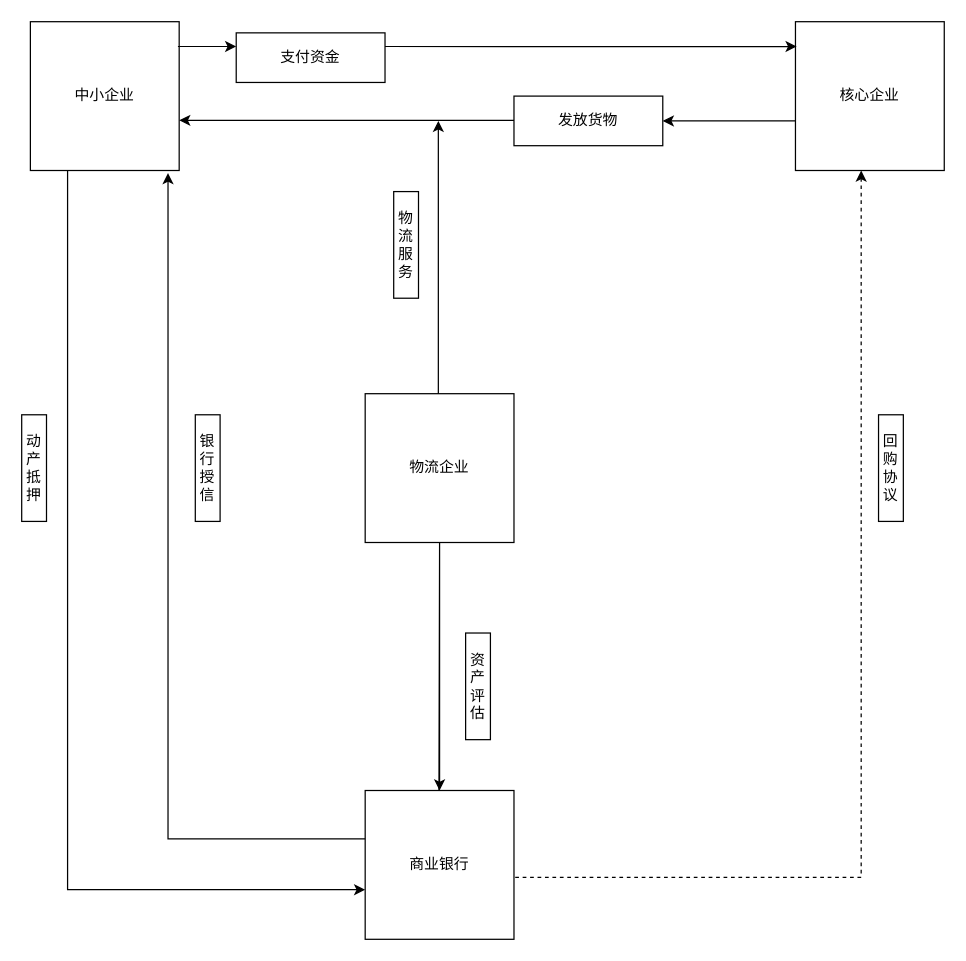
Before: 融通仓业务模式.drawio.xml in github1599145301/mr.hu, a draw.io diagram. Source tidied: cells renumbered, new cells numbered last; positions are measured from the earlier drawing's top-left corner, leaving out a move shared by most shapes. Both pictures are drawn from the tidied source at 124%, with x=0, y=0 at pixel (-20, 21).
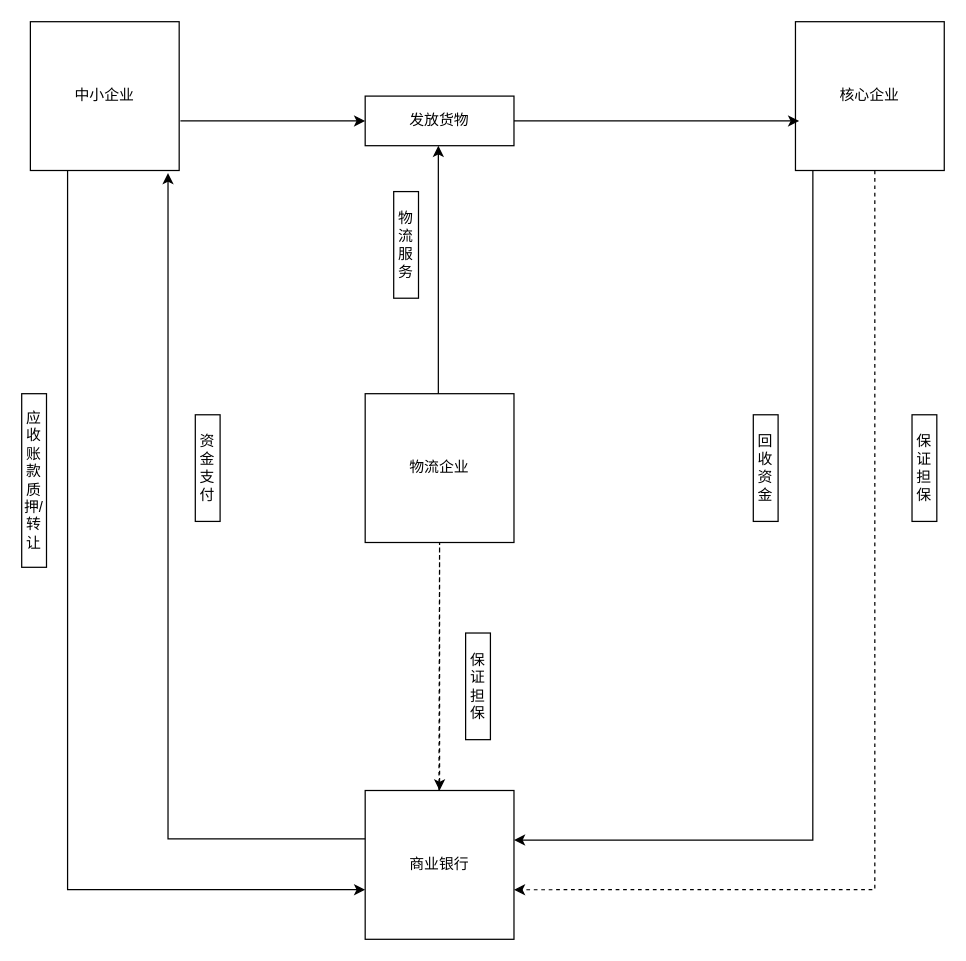
The same diagram, later.

Commit message:
应收账款模式.drawio.xml

Unchanged cells that the change refers to:
```xml
<mxCell id="7" value="商业银行" style="whiteSpace=wrap;html=1;" parent="1" vertex="1">
  <mxGeometry x="310" y="620" width="120" height="120" as="geometry" />
</mxCell>
<mxCell id="9" value="核心企业" style="whiteSpace=wrap;html=1;" parent="1" vertex="1">
  <mxGeometry x="657" width="120" height="120" as="geometry" />
</mxCell>
<mxCell id="12" value="中小企业" style="whiteSpace=wrap;html=1;" parent="1" vertex="1">
  <mxGeometry x="40" width="120" height="120" as="geometry" />
</mxCell>
```

What changed in the source:
```diff
@@
     <mxCell id="3" style="endArrow=classic;html=1;rounded=0;" parent="1" edge="1">
       <mxGeometry relative="1" as="geometry">
         <mxPoint x="369" y="300" as="sourcePoint" />
-        <mxPoint x="369" y="80" as="targetPoint" />
+        <mxPoint x="369" y="100" as="targetPoint" />
       </mxGeometry>
     </mxCell>
@@
-    <mxCell id="5" style="endArrow=classic;html=1;rounded=0;" parent="1" edge="1">
+    <mxCell id="5" style="endArrow=classic;html=1;rounded=0;dashed=1;" parent="1" edge="1">
       <mxGeometry relative="1" as="geometry">
         <mxPoint x="369.5" y="620" as="sourcePoint" />
         <mxPoint x="370" y="620" as="targetPoint" />
         <Array as="points">
           <mxPoint x="370" y="420" />
         </Array>
       </mxGeometry>
     </mxCell>
-    <mxCell id="6" value="资产评估" style="rounded=0;whiteSpace=wrap;html=1;rotation=90;horizontal=0;" parent="1" vertex="1">
+    <mxCell id="6" value="保证担保" style="rounded=0;whiteSpace=wrap;html=1;rotation=90;horizontal=0;" parent="1" vertex="1">
       <mxGeometry x="358" y="526" width="86" height="20" as="geometry" />
     </mxCell>
@@
     <mxCell id="8" value="发放货物" style="rounded=0;whiteSpace=wrap;html=1;" parent="1" vertex="1">
-      <mxGeometry x="430" y="60" width="120" height="40" as="geometry" />
+      <mxGeometry x="310" y="60" width="120" height="40" as="geometry" />
     </mxCell>
@@
-    <mxCell id="10" style="edgeStyle=segmentEdgeStyle;endArrow=classic;html=1;rounded=0;dashed=1;" parent="1" edge="1">
-      <mxGeometry relative="1" as="geometry">
-        <mxPoint x="431" y="690" as="sourcePoint" />
-        <mxPoint x="710" y="120" as="targetPoint" />
-        <Array as="points">
-          <mxPoint x="710" y="690" />
-          <mxPoint x="710" y="120" />
-        </Array>
-      </mxGeometry>
-    </mxCell>
-    <mxCell id="11" style="endArrow=classic;html=1;rounded=0;" parent="1" edge="1">
-      <mxGeometry relative="1" as="geometry">
-        <mxPoint x="657" y="80" as="sourcePoint" />
-        <mxPoint x="550" y="80" as="targetPoint" />
-      </mxGeometry>
+    <mxCell id="11" style="endArrow=classic;html=1;rounded=0;exitX=1;exitY=0.5;exitDx=0;exitDy=0;entryX=0.025;entryY=0.667;entryDx=0;entryDy=0;entryPerimeter=0;" parent="1" edge="1" source="8" target="9">
+      <mxGeometry relative="1" as="geometry" />
     </mxCell>
@@
-    <mxCell id="13" style="endArrow=classic;html=1;rounded=0;entryX=1;entryY=0.663;entryDx=0;entryDy=0;entryPerimeter=0;" parent="1" edge="1" target="12">
-      <mxGeometry relative="1" as="geometry">
-        <mxPoint x="430" y="79.5" as="sourcePoint" />
-      </mxGeometry>
-    </mxCell>
-    <mxCell id="14" value="支付资金" style="rounded=0;whiteSpace=wrap;html=1;" parent="1" vertex="1">
-      <mxGeometry x="206" y="9" width="120" height="40" as="geometry" />
-    </mxCell>
-    <mxCell id="15" style="endArrow=classic;html=1;rounded=0;exitX=0.992;exitY=0.158;exitDx=0;exitDy=0;exitPerimeter=0;entryX=0;entryY=0.25;entryDx=0;entryDy=0;" parent="1" edge="1">
-      <mxGeometry relative="1" as="geometry">
-        <mxPoint x="159" y="20" as="sourcePoint" />
-        <mxPoint x="206" y="20" as="targetPoint" />
-      </mxGeometry>
-    </mxCell>
-    <mxCell id="16" style="endArrow=classic;html=1;rounded=0;exitX=0.992;exitY=0.158;exitDx=0;exitDy=0;exitPerimeter=0;entryX=0.008;entryY=0.167;entryDx=0;entryDy=0;entryPerimeter=0;" parent="1" edge="1" target="9">
-      <mxGeometry relative="1" as="geometry">
-        <mxPoint x="326" y="20" as="sourcePoint" />
-      </mxGeometry>
-    </mxCell>
-    <mxCell id="17" value="回购协议" style="rounded=0;whiteSpace=wrap;html=1;rotation=90;horizontal=0;" parent="1" vertex="1">
-      <mxGeometry x="691" y="350" width="86" height="20" as="geometry" />
+    <mxCell id="17" value="保证担保" style="rounded=0;whiteSpace=wrap;html=1;rotation=90;horizontal=0;" parent="1" vertex="1">
+      <mxGeometry x="718" y="350" width="86" height="20" as="geometry" />
     </mxCell>
@@
-    <mxCell id="19" value="银行授信" style="rounded=0;whiteSpace=wrap;html=1;rotation=90;horizontal=0;" parent="1" vertex="1">
+    <mxCell id="19" value="资金支付" style="rounded=0;whiteSpace=wrap;html=1;rotation=90;horizontal=0;" parent="1" vertex="1">
       <mxGeometry x="140" y="350" width="86" height="20" as="geometry" />
     </mxCell>
@@
-    <mxCell id="21" value="动产抵押" style="rounded=0;whiteSpace=wrap;html=1;rotation=90;horizontal=0;" parent="1" vertex="1">
-      <mxGeometry y="350" width="86" height="20" as="geometry" />
+    <mxCell id="21" value="应收账款质押/转让" style="rounded=0;whiteSpace=wrap;html=1;rotation=90;horizontal=0;" parent="1" vertex="1">
+      <mxGeometry x="-27" y="360" width="140" height="20" as="geometry" />
     </mxCell>
+    <mxCell id="22" style="endArrow=classic;html=1;rounded=0;exitX=1;exitY=0.5;exitDx=0;exitDy=0;" parent="1" edge="1">
+      <mxGeometry relative="1" as="geometry">
+        <mxPoint x="161" y="80" as="sourcePoint" />
+        <mxPoint x="310" y="80" as="targetPoint" />
+      </mxGeometry>
+    </mxCell>
+    <mxCell id="23" style="edgeStyle=segmentEdgeStyle;endArrow=classic;html=1;rounded=0;exitX=0.117;exitY=1;exitDx=0;exitDy=0;exitPerimeter=0;" parent="1" edge="1" source="9">
+      <mxGeometry relative="1" as="geometry">
+        <mxPoint x="430" y="660" as="targetPoint" />
+        <Array as="points">
+          <mxPoint x="671" y="660" />
+        </Array>
+      </mxGeometry>
+    </mxCell>
+    <mxCell id="24" value="回收资金" style="rounded=0;whiteSpace=wrap;html=1;rotation=90;horizontal=0;" parent="1" vertex="1">
+      <mxGeometry x="590" y="350" width="86" height="20" as="geometry" />
+    </mxCell>
+    <mxCell id="25" style="edgeStyle=segmentEdgeStyle;endArrow=classic;html=1;rounded=0;exitX=0.117;exitY=1;exitDx=0;exitDy=0;exitPerimeter=0;entryX=1;entryY=0.667;entryDx=0;entryDy=0;entryPerimeter=0;dashed=1;" parent="1" edge="1" target="7">
+      <mxGeometry relative="1" as="geometry">
+        <mxPoint x="721" y="120" as="sourcePoint" />
+        <Array as="points">
+          <mxPoint x="721" y="700" />
+        </Array>
+      </mxGeometry>
+    </mxCell>
```
